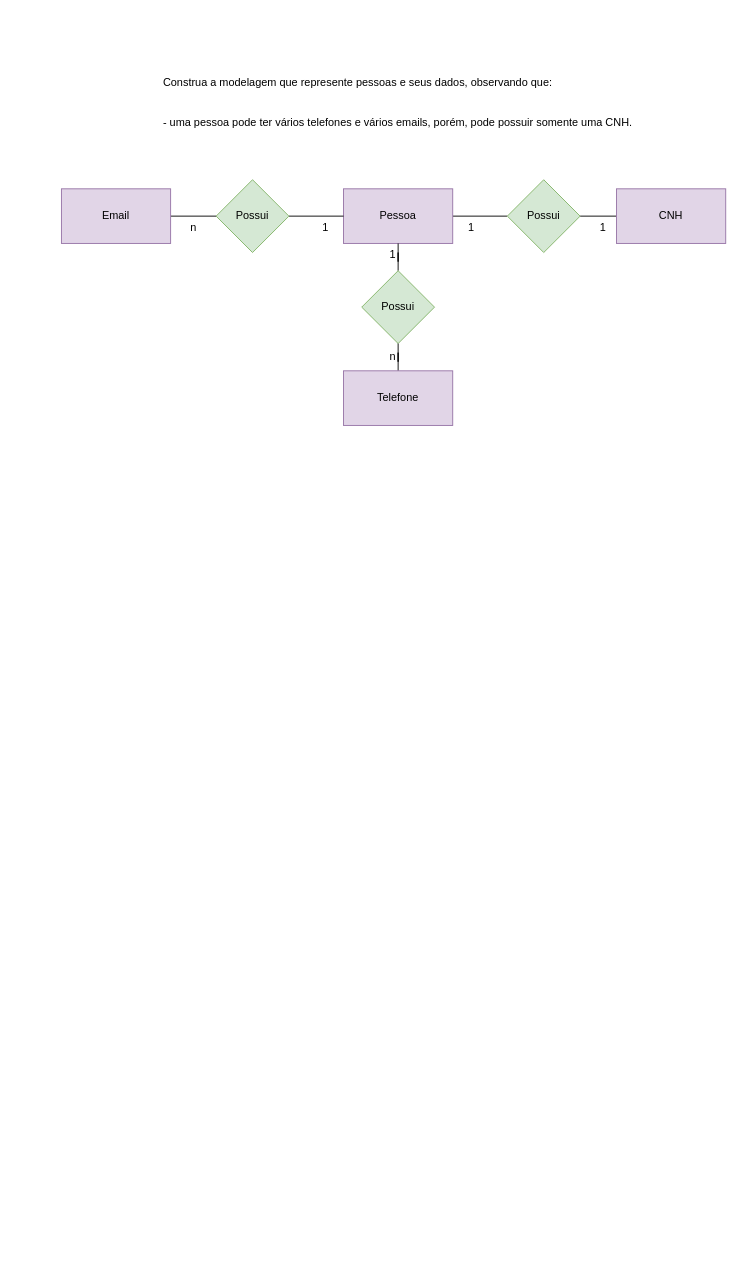
Duduuz7/senai-2-semestre keeps this draw.io diagram as page "Página-1" (1 of 2) of sprint1-exercicios/1.1-pessoas.drawio. Above is the earlier version. Source tidied: cells renumbered, new cells numbered last; positions are measured from the earlier drawing's top-left corner, leaving out a move shared by most shapes. Both pictures are drawn from the tidied source at 91%, with x=0, y=0 at pixel (61, 70).
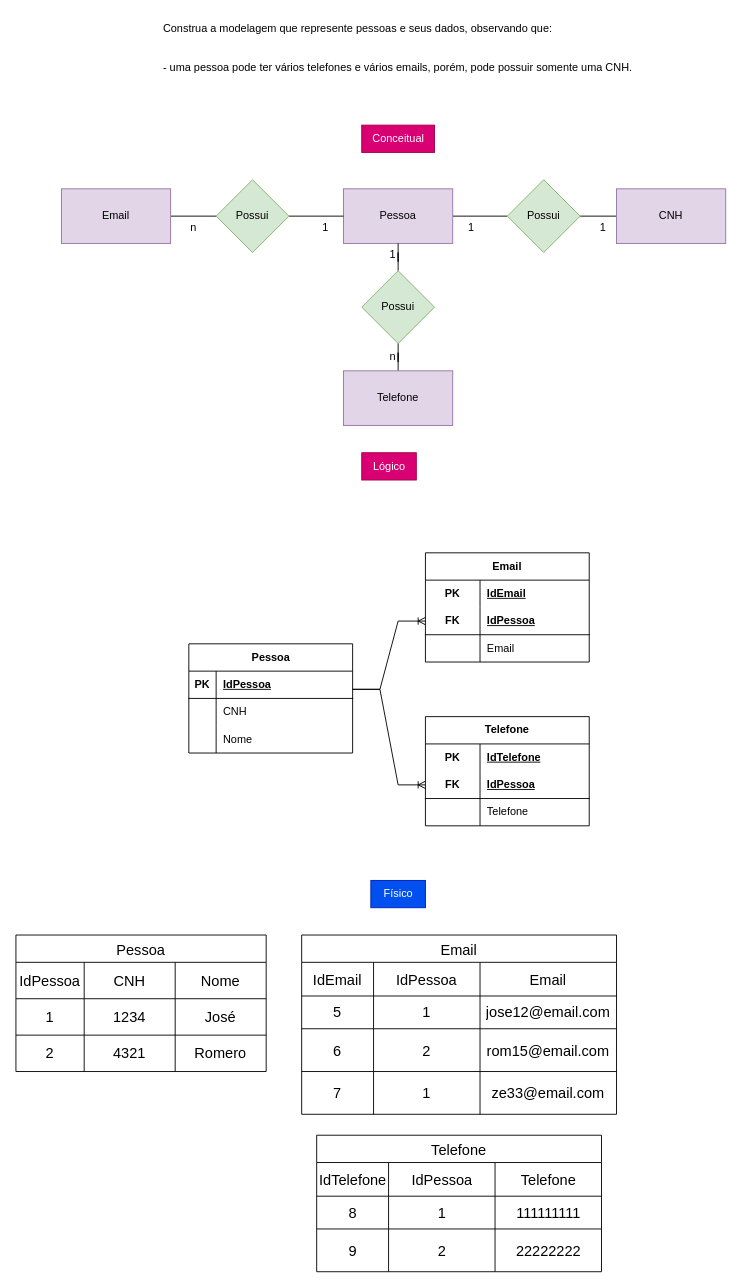
The same diagram, later.

The edit, as a diff of the source:
```diff
@@
     <mxCell id="2" value="Construa a modelagem que represente pessoas e seus dados, observando que:&#10;&#10;&#10;- uma pessoa pode ter vários telefones e vários emails, porém, pode possuir somente uma CNH." style="text;whiteSpace=wrap;" parent="1" vertex="1">
-      <mxGeometry x="110" width="560" height="80" as="geometry" />
+      <mxGeometry x="110" y="-60" width="560" height="80" as="geometry" />
     </mxCell>
@@
+    <mxCell id="22" value="Lógico" style="text;html=1;align=center;verticalAlign=middle;strokeColor=#A50040;fillColor=#d80073;fontColor=#ffffff;" parent="1" vertex="1">
+      <mxGeometry x="330" y="420" width="60" height="30" as="geometry" />
+    </mxCell>
+    <mxCell id="23" value="Conceitual" style="text;html=1;align=center;verticalAlign=middle;strokeColor=#A50040;fillColor=#d80073;fontColor=#ffffff;" parent="1" vertex="1">
+      <mxGeometry x="330" y="60" width="80" height="30" as="geometry" />
+    </mxCell>
+    <mxCell id="24" value="Físico" style="text;html=1;align=center;verticalAlign=middle;strokeColor=#001DBC;fillColor=#0050ef;fontColor=#ffffff;" parent="1" vertex="1">
+      <mxGeometry x="340" y="890" width="60" height="30" as="geometry" />
+    </mxCell>
+    <mxCell id="25" value="Telefone" style="shape=table;startSize=30;childLayout=tableLayout;rowLines=0;fontStyle=1;align=center;html=1;whiteSpace=wrap;" parent="1" vertex="1">
+      <mxGeometry x="400" y="710" width="180" height="120" as="geometry" />
+    </mxCell>
+    <mxCell id="26" style="shape=tableRow;horizontal=0;startSize=0;swimlaneHead=0;swimlaneBody=0;fillColor=none;top=0;left=0;right=0;bottom=0;html=1;" parent="25" vertex="1">
+      <mxGeometry y="30" width="180" height="30" as="geometry" />
+    </mxCell>
+    <mxCell id="27" value="PK" style="shape=partialRectangle;fillColor=none;top=0;left=0;bottom=0;right=0;fontStyle=1;overflow=hidden;html=1;whiteSpace=wrap;" parent="26" vertex="1">
+      <mxGeometry width="60" height="30" as="geometry" />
+    </mxCell>
+    <mxCell id="28" value="IdTelefone" style="shape=partialRectangle;fillColor=none;top=0;left=0;bottom=0;right=0;align=left;spacingLeft=6;fontStyle=5;overflow=hidden;html=1;whiteSpace=wrap;" parent="26" vertex="1">
+      <mxGeometry x="60" width="120" height="30" as="geometry" />
+    </mxCell>
+    <mxCell id="29" style="shape=tableRow;horizontal=0;startSize=0;swimlaneHead=0;swimlaneBody=0;fillColor=none;points=[[0,0.5],[1,0.5]];portConstraint=eastwest;top=0;left=0;right=0;bottom=1;html=1;" parent="25" vertex="1">
+      <mxGeometry y="60" width="180" height="30" as="geometry" />
+    </mxCell>
+    <mxCell id="30" value="FK" style="shape=partialRectangle;fillColor=none;top=0;left=0;bottom=0;right=0;fontStyle=1;overflow=hidden;html=1;whiteSpace=wrap;" parent="29" vertex="1">
+      <mxGeometry width="60" height="30" as="geometry" />
+    </mxCell>
+    <mxCell id="31" value="IdPessoa" style="shape=partialRectangle;fillColor=none;top=0;left=0;bottom=0;right=0;align=left;spacingLeft=6;fontStyle=5;overflow=hidden;html=1;whiteSpace=wrap;" parent="29" vertex="1">
+      <mxGeometry x="60" width="120" height="30" as="geometry" />
+    </mxCell>
+    <mxCell id="32" style="shape=tableRow;horizontal=0;startSize=0;swimlaneHead=0;swimlaneBody=0;fillColor=none;top=0;left=0;right=0;bottom=0;html=1;" parent="25" vertex="1">
+      <mxGeometry y="90" width="180" height="30" as="geometry" />
+    </mxCell>
+    <mxCell id="33" style="shape=partialRectangle;fillColor=none;top=0;left=0;bottom=0;right=0;overflow=hidden;html=1;whiteSpace=wrap;" parent="32" vertex="1">
+      <mxGeometry width="60" height="30" as="geometry" />
+    </mxCell>
+    <mxCell id="34" value="Telefone" style="shape=partialRectangle;fillColor=none;top=0;left=0;bottom=0;right=0;align=left;spacingLeft=6;overflow=hidden;html=1;whiteSpace=wrap;" parent="32" vertex="1">
+      <mxGeometry x="60" width="120" height="30" as="geometry" />
+    </mxCell>
+    <mxCell id="35" value="Email" style="shape=table;startSize=30;childLayout=tableLayout;rowLines=0;fontStyle=1;align=center;html=1;whiteSpace=wrap;" parent="1" vertex="1">
+      <mxGeometry x="400" y="530" width="180" height="120" as="geometry" />
+    </mxCell>
+    <mxCell id="36" style="shape=tableRow;horizontal=0;startSize=0;swimlaneHead=0;swimlaneBody=0;fillColor=none;top=0;left=0;right=0;bottom=0;html=1;" parent="35" vertex="1">
+      <mxGeometry y="30" width="180" height="30" as="geometry" />
+    </mxCell>
+    <mxCell id="37" value="PK" style="shape=partialRectangle;fillColor=none;top=0;left=0;bottom=0;right=0;fontStyle=1;overflow=hidden;html=1;whiteSpace=wrap;" parent="36" vertex="1">
+      <mxGeometry width="60" height="30" as="geometry" />
+    </mxCell>
+    <mxCell id="38" value="IdEmail" style="shape=partialRectangle;fillColor=none;top=0;left=0;bottom=0;right=0;align=left;spacingLeft=6;fontStyle=5;overflow=hidden;html=1;whiteSpace=wrap;" parent="36" vertex="1">
+      <mxGeometry x="60" width="120" height="30" as="geometry" />
+    </mxCell>
+    <mxCell id="39" style="shape=tableRow;horizontal=0;startSize=0;swimlaneHead=0;swimlaneBody=0;fillColor=none;points=[[0,0.5],[1,0.5]];portConstraint=eastwest;top=0;left=0;right=0;bottom=1;html=1;" parent="35" vertex="1">
+      <mxGeometry y="60" width="180" height="30" as="geometry" />
+    </mxCell>
+    <mxCell id="40" value="FK" style="shape=partialRectangle;fillColor=none;top=0;left=0;bottom=0;right=0;fontStyle=1;overflow=hidden;html=1;whiteSpace=wrap;" parent="39" vertex="1">
+      <mxGeometry width="60" height="30" as="geometry" />
+    </mxCell>
+    <mxCell id="41" value="IdPessoa" style="shape=partialRectangle;fillColor=none;top=0;left=0;bottom=0;right=0;align=left;spacingLeft=6;fontStyle=5;overflow=hidden;html=1;whiteSpace=wrap;" parent="39" vertex="1">
+      <mxGeometry x="60" width="120" height="30" as="geometry" />
+    </mxCell>
+    <mxCell id="42" style="shape=tableRow;horizontal=0;startSize=0;swimlaneHead=0;swimlaneBody=0;fillColor=none;top=0;left=0;right=0;bottom=0;html=1;" parent="35" vertex="1">
+      <mxGeometry y="90" width="180" height="30" as="geometry" />
+    </mxCell>
+    <mxCell id="43" style="shape=partialRectangle;fillColor=none;top=0;left=0;bottom=0;right=0;overflow=hidden;html=1;whiteSpace=wrap;" parent="42" vertex="1">
+      <mxGeometry width="60" height="30" as="geometry" />
+    </mxCell>
+    <mxCell id="44" value="Email" style="shape=partialRectangle;fillColor=none;top=0;left=0;bottom=0;right=0;align=left;spacingLeft=6;overflow=hidden;html=1;whiteSpace=wrap;" parent="42" vertex="1">
+      <mxGeometry x="60" width="120" height="30" as="geometry" />
+    </mxCell>
+    <mxCell id="45" value="Telefone" style="shape=table;startSize=30;childLayout=tableLayout;strokeColor=default;fontSize=16;" parent="1" vertex="1">
+      <mxGeometry x="280.5" y="1170" width="313" height="150" as="geometry" />
+    </mxCell>
+    <mxCell id="46" style="shape=tableRow;horizontal=0;startSize=0;swimlaneHead=0;swimlaneBody=0;strokeColor=inherit;top=0;left=0;bottom=0;right=0;fillColor=none;fontSize=16;" parent="45" vertex="1">
+      <mxGeometry y="30" width="313" height="37" as="geometry" />
+    </mxCell>
+    <mxCell id="47" value="IdTelefone" style="shape=partialRectangle;html=1;whiteSpace=wrap;strokeColor=inherit;overflow=hidden;fillColor=none;top=0;left=0;bottom=0;right=0;fontSize=16;" parent="46" vertex="1">
+      <mxGeometry width="79" height="37" as="geometry" />
+    </mxCell>
+    <mxCell id="48" value="IdPessoa" style="shape=partialRectangle;html=1;whiteSpace=wrap;strokeColor=inherit;overflow=hidden;fillColor=none;top=0;left=0;bottom=0;right=0;fontSize=16;" parent="46" vertex="1">
+      <mxGeometry x="79" width="117" height="37" as="geometry" />
+    </mxCell>
+    <mxCell id="49" value="Telefone" style="shape=partialRectangle;html=1;whiteSpace=wrap;strokeColor=inherit;overflow=hidden;fillColor=none;top=0;left=0;bottom=0;right=0;fontSize=16;" parent="46" vertex="1">
+      <mxGeometry x="196" width="117" height="37" as="geometry" />
+    </mxCell>
+    <mxCell id="50" style="shape=tableRow;horizontal=0;startSize=0;swimlaneHead=0;swimlaneBody=0;strokeColor=inherit;top=0;left=0;bottom=0;right=0;fillColor=none;fontSize=16;" parent="45" vertex="1">
+      <mxGeometry y="67" width="313" height="36" as="geometry" />
+    </mxCell>
+    <mxCell id="51" value="8" style="shape=partialRectangle;html=1;whiteSpace=wrap;strokeColor=inherit;overflow=hidden;fillColor=none;top=0;left=0;bottom=0;right=0;fontSize=16;" parent="50" vertex="1">
+      <mxGeometry width="79" height="36" as="geometry" />
+    </mxCell>
+    <mxCell id="52" value="1" style="shape=partialRectangle;html=1;whiteSpace=wrap;strokeColor=inherit;overflow=hidden;fillColor=none;top=0;left=0;bottom=0;right=0;fontSize=16;" parent="50" vertex="1">
+      <mxGeometry x="79" width="117" height="36" as="geometry" />
+    </mxCell>
+    <mxCell id="53" value="111111111" style="shape=partialRectangle;html=1;whiteSpace=wrap;strokeColor=inherit;overflow=hidden;fillColor=none;top=0;left=0;bottom=0;right=0;fontSize=16;" parent="50" vertex="1">
+      <mxGeometry x="196" width="117" height="36" as="geometry" />
+    </mxCell>
+    <mxCell id="54" style="shape=tableRow;horizontal=0;startSize=0;swimlaneHead=0;swimlaneBody=0;strokeColor=inherit;top=0;left=0;bottom=0;right=0;fillColor=none;fontSize=16;" parent="45" vertex="1">
+      <mxGeometry y="103" width="313" height="47" as="geometry" />
+    </mxCell>
+    <mxCell id="55" value="9" style="shape=partialRectangle;html=1;whiteSpace=wrap;strokeColor=inherit;overflow=hidden;fillColor=none;top=0;left=0;bottom=0;right=0;fontSize=16;" parent="54" vertex="1">
+      <mxGeometry width="79" height="47" as="geometry" />
+    </mxCell>
+    <mxCell id="56" value="2" style="shape=partialRectangle;html=1;whiteSpace=wrap;strokeColor=inherit;overflow=hidden;fillColor=none;top=0;left=0;bottom=0;right=0;fontSize=16;" parent="54" vertex="1">
+      <mxGeometry x="79" width="117" height="47" as="geometry" />
+    </mxCell>
+    <mxCell id="57" value="22222222" style="shape=partialRectangle;html=1;whiteSpace=wrap;strokeColor=inherit;overflow=hidden;fillColor=none;top=0;left=0;bottom=0;right=0;fontSize=16;" parent="54" vertex="1">
+      <mxGeometry x="196" width="117" height="47" as="geometry" />
+    </mxCell>
+    <mxCell id="58" value="Email" style="shape=table;startSize=30;childLayout=tableLayout;strokeColor=default;fontSize=16;" parent="1" vertex="1">
+      <mxGeometry x="264" y="950" width="346" height="197" as="geometry" />
+    </mxCell>
+    <mxCell id="59" style="shape=tableRow;horizontal=0;startSize=0;swimlaneHead=0;swimlaneBody=0;strokeColor=inherit;top=0;left=0;bottom=0;right=0;fillColor=none;fontSize=16;" parent="58" vertex="1">
+      <mxGeometry y="30" width="346" height="37" as="geometry" />
+    </mxCell>
+    <mxCell id="60" value="IdEmail" style="shape=partialRectangle;html=1;whiteSpace=wrap;strokeColor=inherit;overflow=hidden;fillColor=none;top=0;left=0;bottom=0;right=0;fontSize=16;" parent="59" vertex="1">
+      <mxGeometry width="79" height="37" as="geometry" />
+    </mxCell>
+    <mxCell id="61" value="IdPessoa" style="shape=partialRectangle;html=1;whiteSpace=wrap;strokeColor=inherit;overflow=hidden;fillColor=none;top=0;left=0;bottom=0;right=0;fontSize=16;" parent="59" vertex="1">
+      <mxGeometry x="79" width="117" height="37" as="geometry" />
+    </mxCell>
+    <mxCell id="62" value="Email" style="shape=partialRectangle;html=1;whiteSpace=wrap;strokeColor=inherit;overflow=hidden;fillColor=none;top=0;left=0;bottom=0;right=0;fontSize=16;" parent="59" vertex="1">
+      <mxGeometry x="196" width="150" height="37" as="geometry" />
+    </mxCell>
+    <mxCell id="63" style="shape=tableRow;horizontal=0;startSize=0;swimlaneHead=0;swimlaneBody=0;strokeColor=inherit;top=0;left=0;bottom=0;right=0;fillColor=none;fontSize=16;" parent="58" vertex="1">
+      <mxGeometry y="67" width="346" height="36" as="geometry" />
+    </mxCell>
+    <mxCell id="64" value="5" style="shape=partialRectangle;html=1;whiteSpace=wrap;strokeColor=inherit;overflow=hidden;fillColor=none;top=0;left=0;bottom=0;right=0;fontSize=16;" parent="63" vertex="1">
+      <mxGeometry width="79" height="36" as="geometry" />
+    </mxCell>
+    <mxCell id="65" value="1" style="shape=partialRectangle;html=1;whiteSpace=wrap;strokeColor=inherit;overflow=hidden;fillColor=none;top=0;left=0;bottom=0;right=0;fontSize=16;" parent="63" vertex="1">
+      <mxGeometry x="79" width="117" height="36" as="geometry" />
+    </mxCell>
+    <mxCell id="66" value="jose12@email.com" style="shape=partialRectangle;html=1;whiteSpace=wrap;strokeColor=inherit;overflow=hidden;fillColor=none;top=0;left=0;bottom=0;right=0;fontSize=16;" parent="63" vertex="1">
+      <mxGeometry x="196" width="150" height="36" as="geometry" />
+    </mxCell>
+    <mxCell id="67" style="shape=tableRow;horizontal=0;startSize=0;swimlaneHead=0;swimlaneBody=0;strokeColor=inherit;top=0;left=0;bottom=0;right=0;fillColor=none;fontSize=16;" parent="58" vertex="1">
+      <mxGeometry y="103" width="346" height="47" as="geometry" />
+    </mxCell>
+    <mxCell id="68" value="6" style="shape=partialRectangle;html=1;whiteSpace=wrap;strokeColor=inherit;overflow=hidden;fillColor=none;top=0;left=0;bottom=0;right=0;fontSize=16;" parent="67" vertex="1">
+      <mxGeometry width="79" height="47" as="geometry" />
+    </mxCell>
+    <mxCell id="69" value="2" style="shape=partialRectangle;html=1;whiteSpace=wrap;strokeColor=inherit;overflow=hidden;fillColor=none;top=0;left=0;bottom=0;right=0;fontSize=16;" parent="67" vertex="1">
+      <mxGeometry x="79" width="117" height="47" as="geometry" />
+    </mxCell>
+    <mxCell id="70" value="rom15@email.com" style="shape=partialRectangle;html=1;whiteSpace=wrap;strokeColor=inherit;overflow=hidden;fillColor=none;top=0;left=0;bottom=0;right=0;fontSize=16;" parent="67" vertex="1">
+      <mxGeometry x="196" width="150" height="47" as="geometry" />
+    </mxCell>
+    <mxCell id="71" style="shape=tableRow;horizontal=0;startSize=0;swimlaneHead=0;swimlaneBody=0;strokeColor=inherit;top=0;left=0;bottom=0;right=0;fillColor=none;fontSize=16;" parent="58" vertex="1">
+      <mxGeometry y="150" width="346" height="47" as="geometry" />
+    </mxCell>
+    <mxCell id="72" value="7" style="shape=partialRectangle;html=1;whiteSpace=wrap;strokeColor=inherit;overflow=hidden;fillColor=none;top=0;left=0;bottom=0;right=0;fontSize=16;" parent="71" vertex="1">
+      <mxGeometry width="79" height="47" as="geometry" />
+    </mxCell>
+    <mxCell id="73" value="1" style="shape=partialRectangle;html=1;whiteSpace=wrap;strokeColor=inherit;overflow=hidden;fillColor=none;top=0;left=0;bottom=0;right=0;fontSize=16;" parent="71" vertex="1">
+      <mxGeometry x="79" width="117" height="47" as="geometry" />
+    </mxCell>
+    <mxCell id="74" value="ze33@email.com" style="shape=partialRectangle;html=1;whiteSpace=wrap;strokeColor=inherit;overflow=hidden;fillColor=none;top=0;left=0;bottom=0;right=0;fontSize=16;" parent="71" vertex="1">
+      <mxGeometry x="196" width="150" height="47" as="geometry" />
+    </mxCell>
+    <mxCell id="75" value="Pessoa" style="shape=table;startSize=30;childLayout=tableLayout;rowLines=0;fontStyle=1;align=center;html=1;" parent="1" vertex="1">
+      <mxGeometry x="140" y="630" width="180" height="120" as="geometry" />
+    </mxCell>
+    <mxCell id="76" style="shape=tableRow;horizontal=0;startSize=0;swimlaneHead=0;swimlaneBody=0;fillColor=none;top=0;left=0;right=0;bottom=1;" parent="75" vertex="1">
+      <mxGeometry y="30" width="180" height="30" as="geometry" />
+    </mxCell>
+    <mxCell id="77" value="PK" style="shape=partialRectangle;fillColor=none;top=0;left=0;bottom=0;right=0;fontStyle=1;overflow=hidden;whiteSpace=wrap;html=1;" parent="76" vertex="1">
+      <mxGeometry width="30" height="30" as="geometry" />
+    </mxCell>
+    <mxCell id="78" value="IdPessoa" style="shape=partialRectangle;fillColor=none;top=0;left=0;bottom=0;right=0;align=left;spacingLeft=6;fontStyle=5;overflow=hidden;whiteSpace=wrap;html=1;" parent="76" vertex="1">
+      <mxGeometry x="30" width="150" height="30" as="geometry" />
+    </mxCell>
+    <mxCell id="79" style="shape=tableRow;horizontal=0;startSize=0;swimlaneHead=0;swimlaneBody=0;fillColor=none;top=0;left=0;right=0;bottom=0;" parent="75" vertex="1">
+      <mxGeometry y="60" width="180" height="30" as="geometry" />
+    </mxCell>
+    <mxCell id="80" style="shape=partialRectangle;fillColor=none;top=0;left=0;bottom=0;right=0;overflow=hidden;whiteSpace=wrap;html=1;" parent="79" vertex="1">
+      <mxGeometry width="30" height="30" as="geometry" />
+    </mxCell>
+    <mxCell id="81" value="CNH" style="shape=partialRectangle;fillColor=none;top=0;left=0;bottom=0;right=0;align=left;spacingLeft=6;overflow=hidden;whiteSpace=wrap;html=1;" parent="79" vertex="1">
+      <mxGeometry x="30" width="150" height="30" as="geometry" />
+    </mxCell>
+    <mxCell id="82" style="shape=tableRow;horizontal=0;startSize=0;swimlaneHead=0;swimlaneBody=0;fillColor=none;top=0;left=0;right=0;bottom=0;" parent="75" vertex="1">
+      <mxGeometry y="90" width="180" height="30" as="geometry" />
+    </mxCell>
+    <mxCell id="83" style="shape=partialRectangle;fillColor=none;top=0;left=0;bottom=0;right=0;overflow=hidden;whiteSpace=wrap;html=1;" parent="82" vertex="1">
+      <mxGeometry width="30" height="30" as="geometry" />
+    </mxCell>
+    <mxCell id="84" value="Nome" style="shape=partialRectangle;fillColor=none;top=0;left=0;bottom=0;right=0;align=left;spacingLeft=6;overflow=hidden;whiteSpace=wrap;html=1;" parent="82" vertex="1">
+      <mxGeometry x="30" width="150" height="30" as="geometry" />
+    </mxCell>
+    <mxCell id="85" value="Pessoa" style="shape=table;startSize=30;childLayout=tableLayout;strokeColor=default;fontSize=16;" parent="1" vertex="1">
+      <mxGeometry x="-50" y="950" width="275" height="150" as="geometry" />
+    </mxCell>
+    <mxCell id="86" style="shape=tableRow;horizontal=0;startSize=0;swimlaneHead=0;swimlaneBody=0;strokeColor=inherit;top=0;left=0;bottom=0;right=0;fillColor=none;fontSize=16;" parent="85" vertex="1">
+      <mxGeometry y="30" width="275" height="40" as="geometry" />
+    </mxCell>
+    <mxCell id="87" value="IdPessoa" style="shape=partialRectangle;html=1;whiteSpace=wrap;strokeColor=inherit;overflow=hidden;fillColor=none;top=0;left=0;bottom=0;right=0;fontSize=16;" parent="86" vertex="1">
+      <mxGeometry width="75" height="40" as="geometry" />
+    </mxCell>
+    <mxCell id="88" value="CNH" style="shape=partialRectangle;html=1;whiteSpace=wrap;strokeColor=inherit;overflow=hidden;fillColor=none;top=0;left=0;bottom=0;right=0;fontSize=16;" parent="86" vertex="1">
+      <mxGeometry x="75" width="100" height="40" as="geometry" />
+    </mxCell>
+    <mxCell id="89" value="Nome" style="shape=partialRectangle;html=1;whiteSpace=wrap;strokeColor=inherit;overflow=hidden;fillColor=none;top=0;left=0;bottom=0;right=0;fontSize=16;" parent="86" vertex="1">
+      <mxGeometry x="175" width="100" height="40" as="geometry" />
+    </mxCell>
+    <mxCell id="90" style="shape=tableRow;horizontal=0;startSize=0;swimlaneHead=0;swimlaneBody=0;strokeColor=inherit;top=0;left=0;bottom=0;right=0;fillColor=none;fontSize=16;" parent="85" vertex="1">
+      <mxGeometry y="70" width="275" height="40" as="geometry" />
+    </mxCell>
+    <mxCell id="91" value="1" style="shape=partialRectangle;html=1;whiteSpace=wrap;strokeColor=inherit;overflow=hidden;fillColor=none;top=0;left=0;bottom=0;right=0;fontSize=16;" parent="90" vertex="1">
+      <mxGeometry width="75" height="40" as="geometry" />
+    </mxCell>
+    <mxCell id="92" value="1234" style="shape=partialRectangle;html=1;whiteSpace=wrap;strokeColor=inherit;overflow=hidden;fillColor=none;top=0;left=0;bottom=0;right=0;fontSize=16;" parent="90" vertex="1">
+      <mxGeometry x="75" width="100" height="40" as="geometry" />
+    </mxCell>
+    <mxCell id="93" value="José" style="shape=partialRectangle;html=1;whiteSpace=wrap;strokeColor=inherit;overflow=hidden;fillColor=none;top=0;left=0;bottom=0;right=0;fontSize=16;" parent="90" vertex="1">
+      <mxGeometry x="175" width="100" height="40" as="geometry" />
+    </mxCell>
+    <mxCell id="94" style="shape=tableRow;horizontal=0;startSize=0;swimlaneHead=0;swimlaneBody=0;strokeColor=inherit;top=0;left=0;bottom=0;right=0;fillColor=none;fontSize=16;" parent="85" vertex="1">
+      <mxGeometry y="110" width="275" height="40" as="geometry" />
+    </mxCell>
+    <mxCell id="95" value="2" style="shape=partialRectangle;html=1;whiteSpace=wrap;strokeColor=inherit;overflow=hidden;fillColor=none;top=0;left=0;bottom=0;right=0;fontSize=16;" parent="94" vertex="1">
+      <mxGeometry width="75" height="40" as="geometry" />
+    </mxCell>
+    <mxCell id="96" value="4321" style="shape=partialRectangle;html=1;whiteSpace=wrap;strokeColor=inherit;overflow=hidden;fillColor=none;top=0;left=0;bottom=0;right=0;fontSize=16;" parent="94" vertex="1">
+      <mxGeometry x="75" width="100" height="40" as="geometry" />
+    </mxCell>
+    <mxCell id="97" value="Romero" style="shape=partialRectangle;html=1;whiteSpace=wrap;strokeColor=inherit;overflow=hidden;fillColor=none;top=0;left=0;bottom=0;right=0;fontSize=16;" parent="94" vertex="1">
+      <mxGeometry x="175" width="100" height="40" as="geometry" />
+    </mxCell>
+    <mxCell id="98" style="edgeStyle=entityRelationEdgeStyle;fontSize=12;html=1;endArrow=ERoneToMany;rounded=0;entryX=0;entryY=0.5;entryDx=0;entryDy=0;" parent="1" edge="1" target="39">
+      <mxGeometry relative="1" as="geometry">
+        <mxPoint x="320" y="680" as="sourcePoint" />
+      </mxGeometry>
+    </mxCell>
+    <mxCell id="99" style="edgeStyle=entityRelationEdgeStyle;fontSize=12;html=1;endArrow=ERoneToMany;rounded=0;entryX=0;entryY=0.5;entryDx=0;entryDy=0;" parent="1" edge="1" target="29">
+      <mxGeometry relative="1" as="geometry">
+        <mxPoint x="320" y="680" as="sourcePoint" />
+      </mxGeometry>
+    </mxCell>
```
